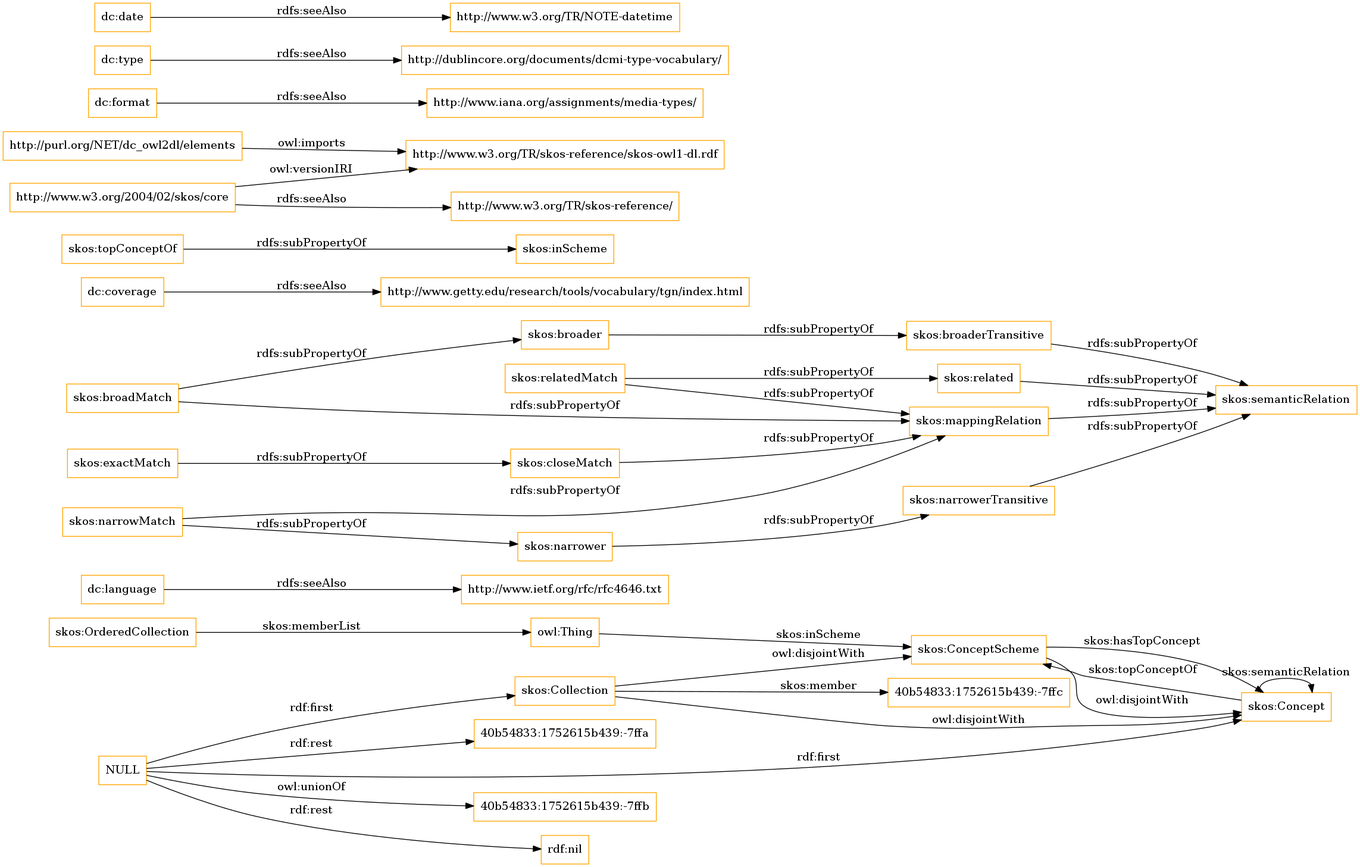
The Graphviz diagram OnToology/imports/elements.owl/diagrams/ar2dtool-class/elements.owl.png in OnToologyUser/core-ontology-1, before a commit. Its source is kept beside it as OnToology/imports/elements.owl/diagrams/ar2dtool-class/elements.owl.png.dot.
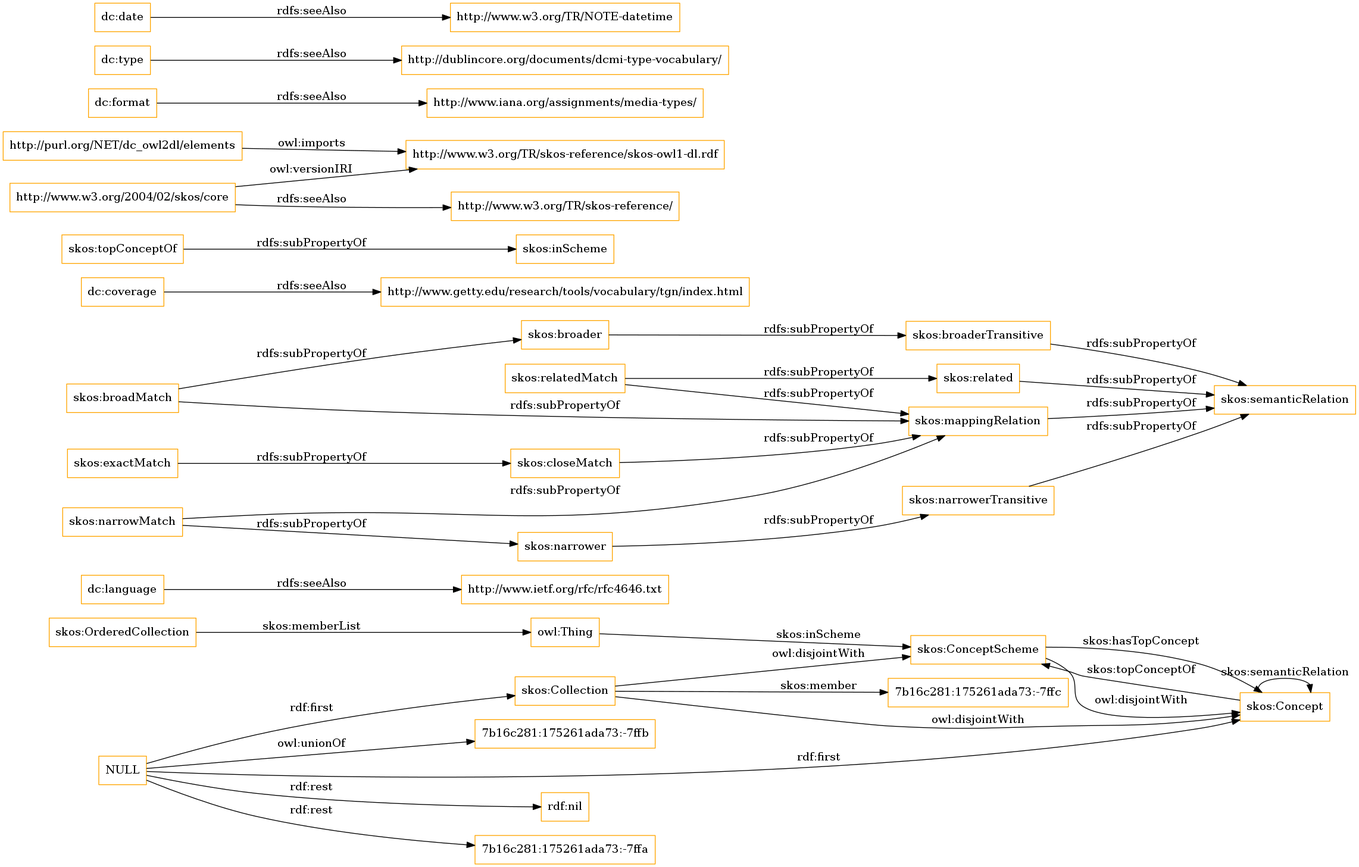
The same file after the commit.

Diff of the diagram source:
```diff
@@ -1,13 +1,13 @@
 digraph ar2dtool_diagram {
 rankdir=LR;
 size="1501"
-node [shape = rectangle, color="orange"]; "40b54833:1752615b439:-7ffc" "skos:OrderedCollection" "skos:Collection" "skos:ConceptScheme" "skos:Concept" ; /*classes style*/
+node [shape = rectangle, color="orange"]; "7b16c281:175261ada73:-7ffc" "skos:OrderedCollection" "skos:Collection" "skos:ConceptScheme" "skos:Concept" ; /*classes style*/
 	"dc:language" -> "http://www.ietf.org/rfc/rfc4646.txt" [ label = "rdfs:seeAlso" ];
-	"NULL" -> "40b54833:1752615b439:-7ffb" [ label = "owl:unionOf" ];
 	"NULL" -> "rdf:nil" [ label = "rdf:rest" ];
 	"NULL" -> "skos:Collection" [ label = "rdf:first" ];
-	"NULL" -> "40b54833:1752615b439:-7ffa" [ label = "rdf:rest" ];
+	"NULL" -> "7b16c281:175261ada73:-7ffa" [ label = "rdf:rest" ];
 	"NULL" -> "skos:Concept" [ label = "rdf:first" ];
+	"NULL" -> "7b16c281:175261ada73:-7ffb" [ label = "owl:unionOf" ];
 	"skos:closeMatch" -> "skos:mappingRelation" [ label = "rdfs:subPropertyOf" ];
 	"dc:coverage" -> "http://www.getty.edu/research/tools/vocabulary/tgn/index.html" [ label = "rdfs:seeAlso" ];
 	"skos:relatedMatch" -> "skos:related" [ label = "rdfs:subPropertyOf" ];
@@ -36,7 +36,7 @@
 	"skos:OrderedCollection" -> "owl:Thing" [ label = "skos:memberList" ];
 	"skos:Concept" -> "skos:ConceptScheme" [ label = "skos:topConceptOf" ];
 	"skos:Concept" -> "skos:Concept" [ label = "skos:semanticRelation" ];
-	"skos:Collection" -> "40b54833:1752615b439:-7ffc" [ label = "skos:member" ];
+	"skos:Collection" -> "7b16c281:175261ada73:-7ffc" [ label = "skos:member" ];
 	"skos:ConceptScheme" -> "skos:Concept" [ label = "skos:hasTopConcept" ];
 	"owl:Thing" -> "skos:ConceptScheme" [ label = "skos:inScheme" ];
 
```
